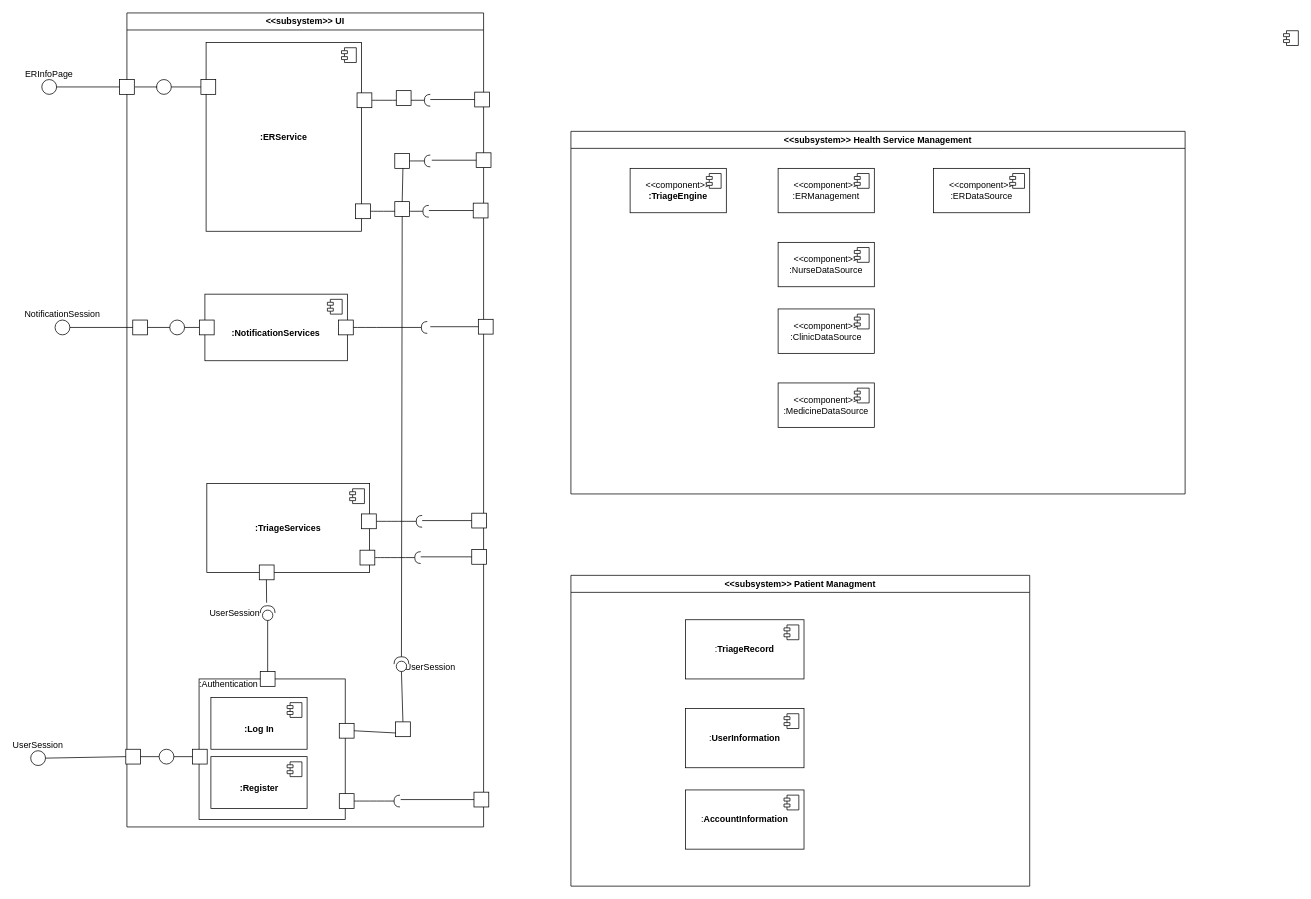
Earlier version of the draw.io diagram Usecases/C&C.drawio (uvic-teach/project-m1-team8). Source tidied: cells renumbered, new cells numbered last; positions are measured from the earlier drawing's top-left corner, leaving out a move shared by most shapes. Both pictures are drawn from the tidied source at 74%, with x=0, y=0 at pixel (16, 13).
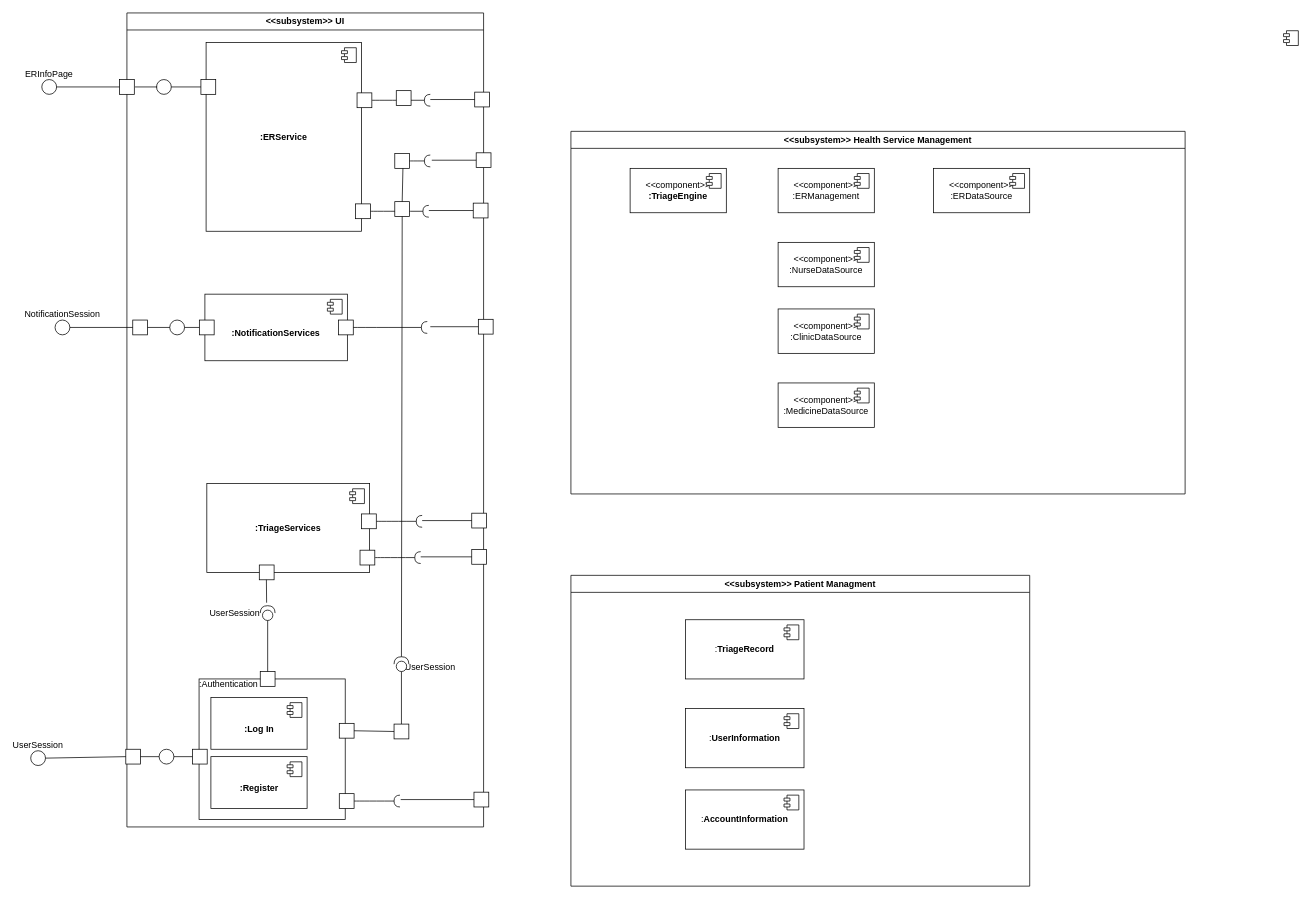
After the change.

Unchanged cells that the change refers to:
```xml
<mxCell id="98" style="whiteSpace=wrap;html=1;" parent="1" vertex="1">
  <mxGeometry x="437" y="960" width="20" height="20" as="geometry" />
</mxCell>
```

The edit, as a diff of the source:
```diff
@@
     <mxCell id="97" style="whiteSpace=wrap;html=1;" parent="1" vertex="1">
-      <mxGeometry x="513" y="958" width="20" height="20" as="geometry" />
+      <mxGeometry x="511" y="961" width="20" height="20" as="geometry" />
     </mxCell>
@@
-    <mxCell id="99" style="endArrow=none;html=1;rounded=0;exitX=1;exitY=0.5;exitDx=0;exitDy=0;entryX=0;entryY=0.75;entryDx=0;entryDy=0;" parent="1" edge="1" source="98" target="97">
+    <mxCell id="99" style="endArrow=none;html=1;rounded=0;exitX=1;exitY=0.5;exitDx=0;exitDy=0;entryX=0;entryY=0.5;entryDx=0;entryDy=0;" parent="1" edge="1" source="98" target="97">
       <mxGeometry relative="1" as="geometry" />
     </mxCell>
```
